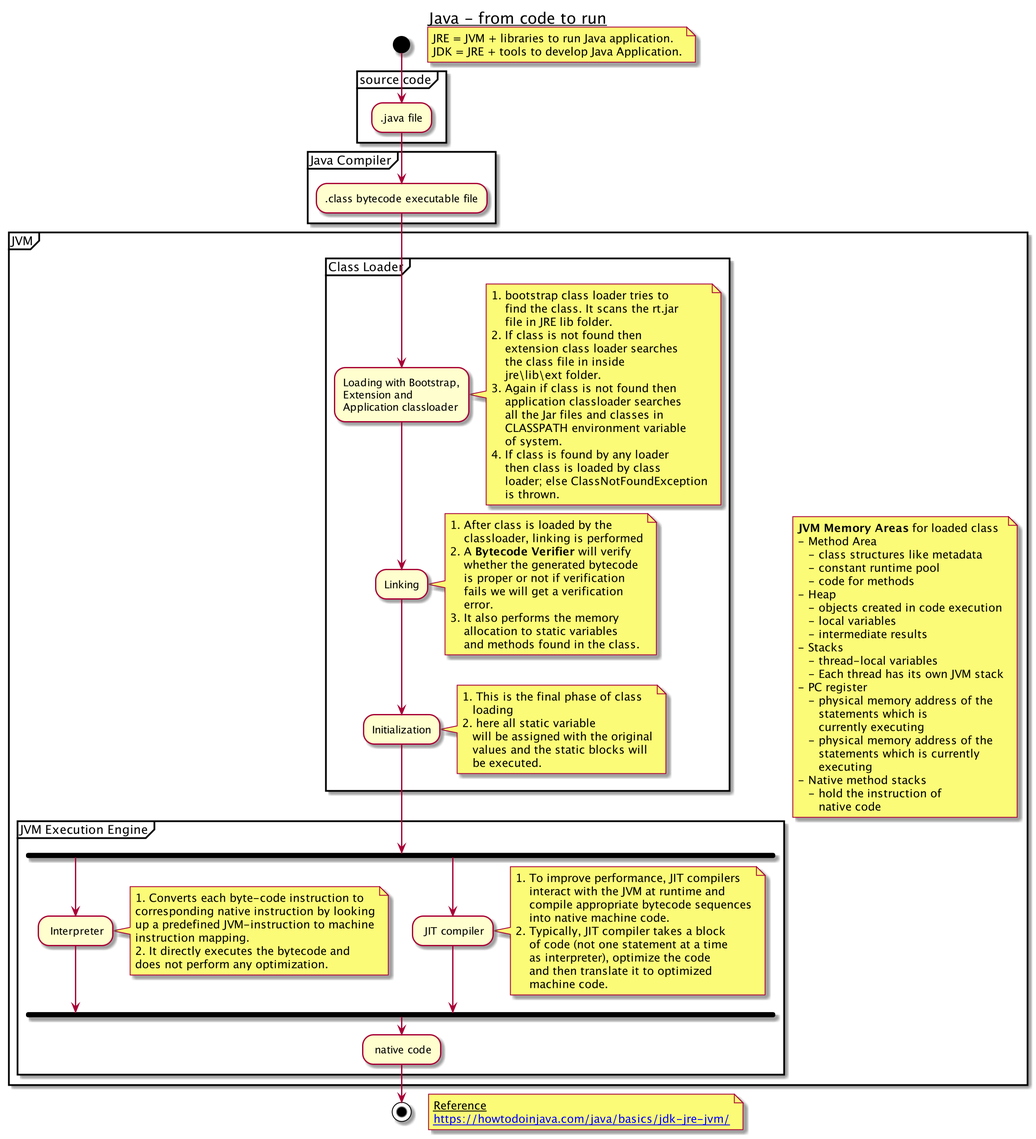
This is images/2019-11-30-Java-from-code-to-run/java_from_code_to_run.png from damonYuan/damonyuan.github.io, a PlantUML export, as it was before one commit.
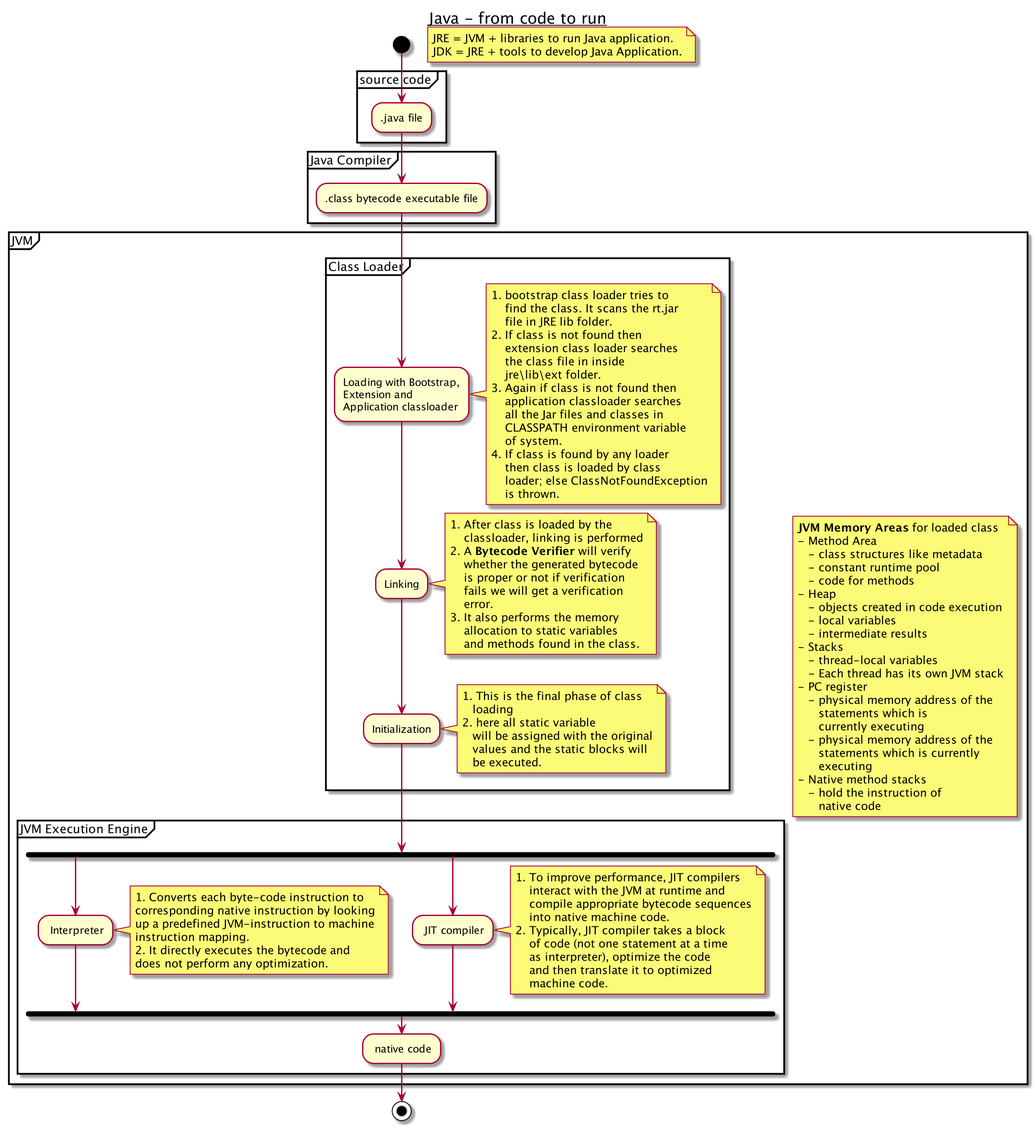
Later version of the same file.

The edit, as a diff of the source:
```diff
@@ -117,9 +117,6 @@
 }
 
 stop
-floating note right
-__Reference__
-[[https://howtodoinjava.com/java/basics/jdk-jre-jvm/]]
-end note
+
 
 @enduml
```
